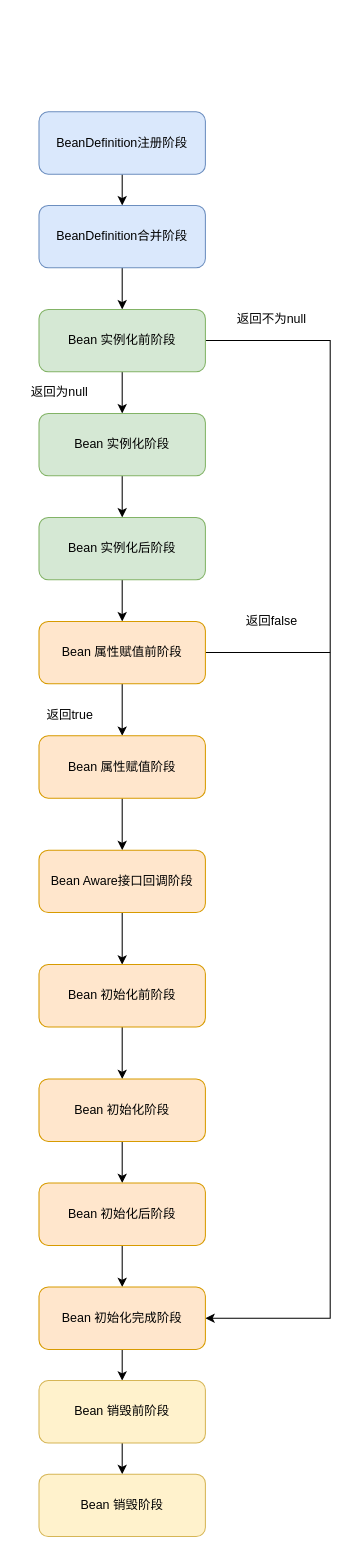
The draw.io diagram beanDefinition注册阶段.drawio in erlieStar/diagrams, before the edit. Source tidied: cells renumbered, new cells numbered last; positions are measured from the earlier drawing's top-left corner, leaving out a move shared by most shapes. Both pictures are drawn from the tidied source at 104%, with x=0, y=0 at pixel (18, 111).
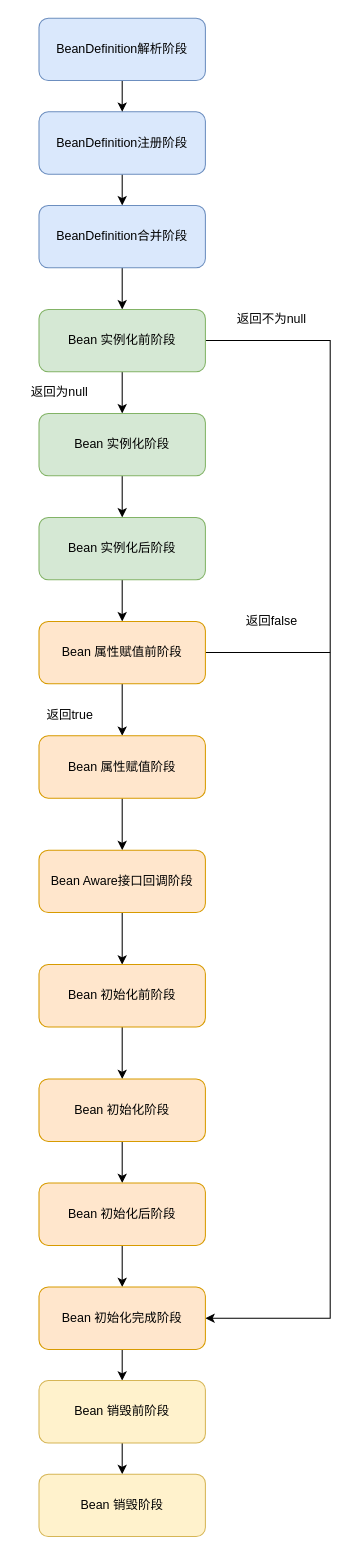
The same page after the edit.

Unchanged cells that the change refers to:
```xml
<mxCell id="3" value="BeanDefinition注册阶段" style="rounded=1;whiteSpace=wrap;html=1;fillColor=#dae8fc;strokeColor=#6c8ebf;" parent="1" vertex="1">
  <mxGeometry x="20" width="160" height="60" as="geometry" />
</mxCell>
```

Change to the diagram source:
```diff
@@
+    <mxCell id="35" style="edgeStyle=orthogonalEdgeStyle;rounded=0;jettySize=auto;html=1;exitX=0.5;exitY=1;exitDx=0;exitDy=0;entryX=0.5;entryY=0;entryDx=0;entryDy=0;endArrow=classic;endFill=1;" parent="1" edge="1" source="36" target="3">
+      <mxGeometry relative="1" as="geometry" />
+    </mxCell>
+    <mxCell id="36" value="BeanDefinition解析阶段" style="rounded=1;whiteSpace=wrap;html=1;fillColor=#dae8fc;strokeColor=#6c8ebf;" parent="1" vertex="1">
+      <mxGeometry x="20" y="-90" width="160" height="60" as="geometry" />
+    </mxCell>
```
